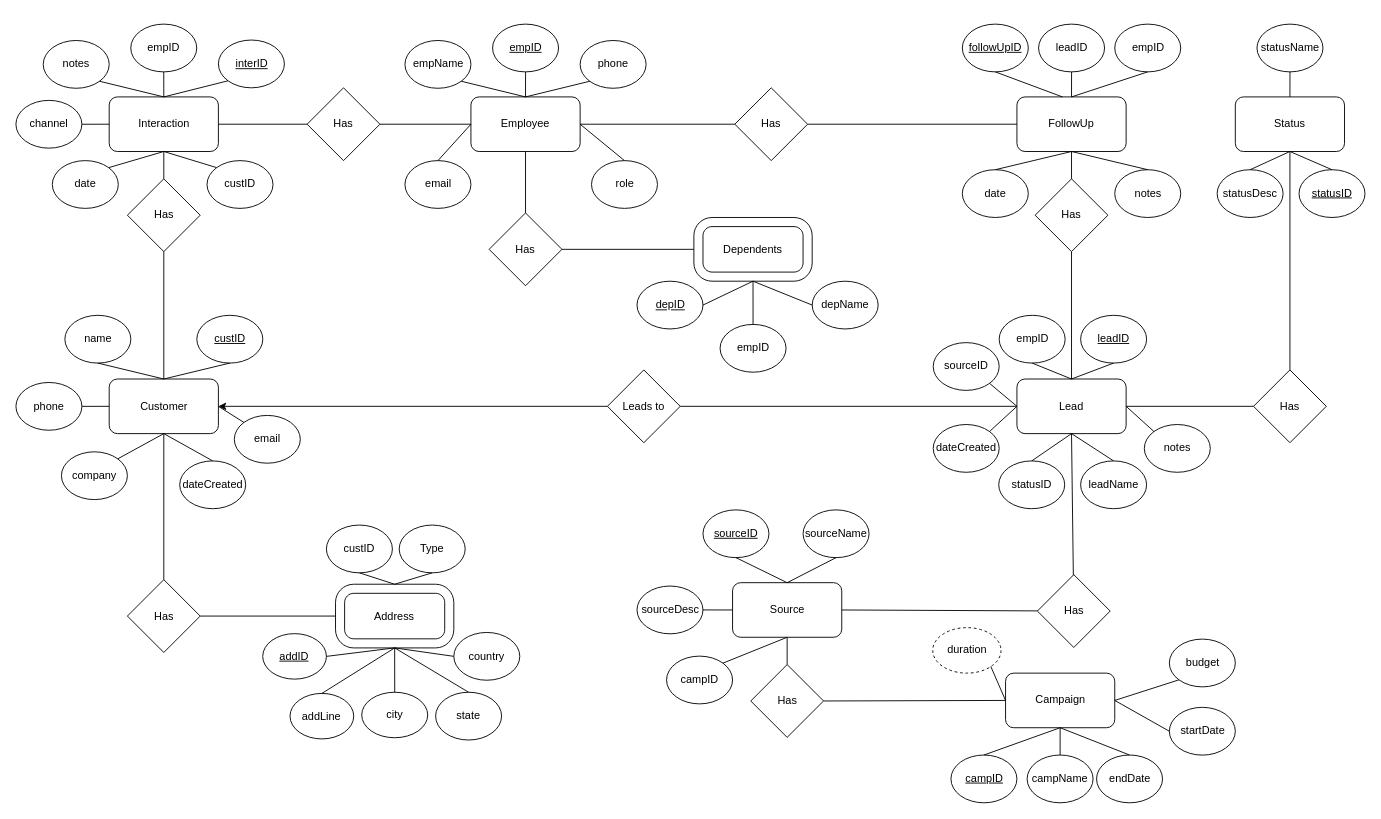
Above: DBproject.drawio in AnthonyEdward777/CRM-DBMS (draw.io), before the change. Source tidied: cells renumbered, new cells numbered last; positions are measured from the earlier drawing's top-left corner, leaving out a move shared by most shapes. Both pictures are drawn from the tidied source at 91%, with x=0, y=0 at pixel (15, 24).
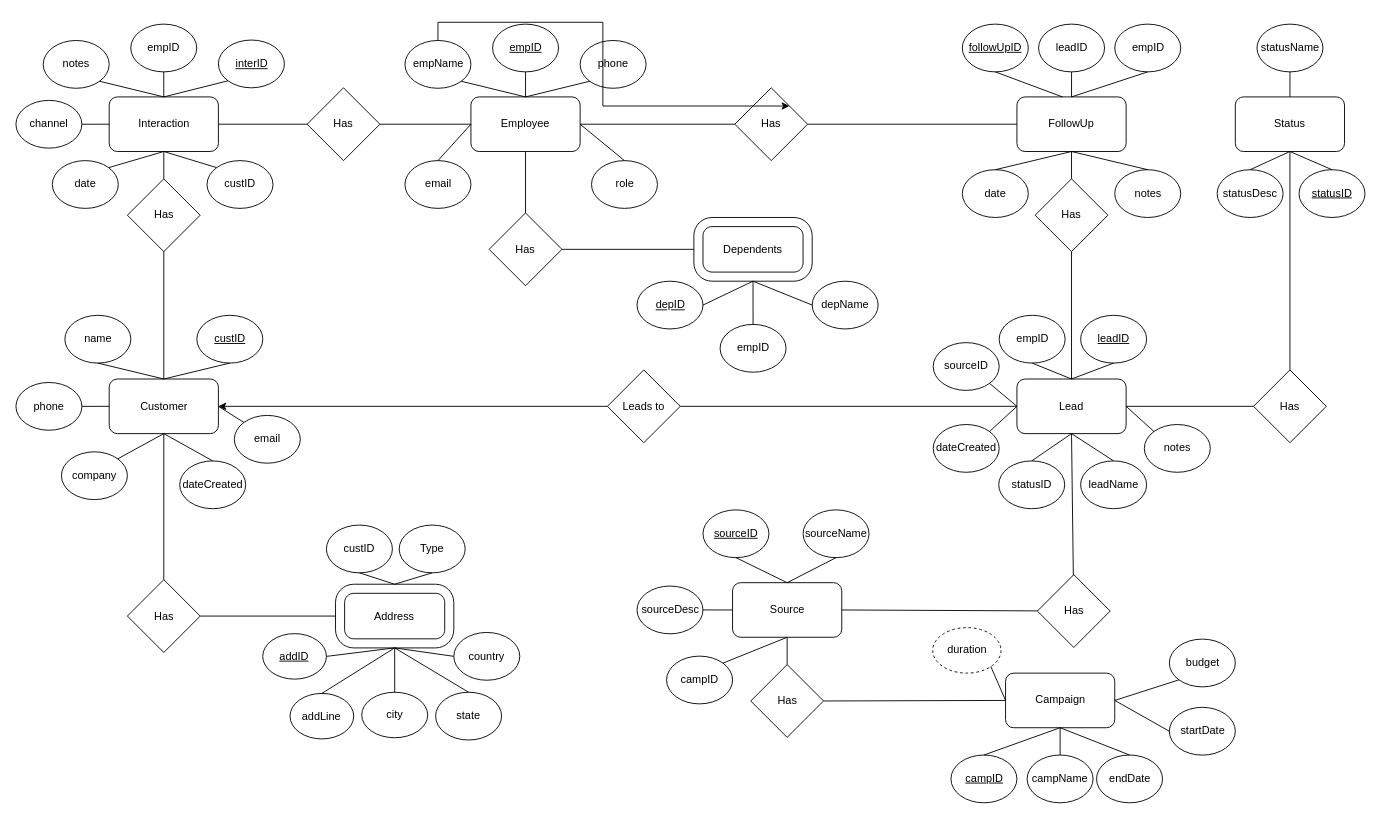
Above is the later version.

Commit message:
optimized spacing

Unchanged cells that the change refers to:
```xml
<mxCell id="27" value="Has" style="rhombus;whiteSpace=wrap;html=1;" parent="1" vertex="1">
  <mxGeometry x="790" y="70" width="80" height="80" as="geometry" />
</mxCell>
<mxCell id="128" value="empName" style="ellipse;whiteSpace=wrap;html=1;" parent="1" vertex="1">
  <mxGeometry x="427.5" y="18" width="72.5" height="52.5" as="geometry" />
</mxCell>
```

The edit, as a diff of the source:
```diff
@@
+    <mxCell id="148" style="edgeStyle=orthogonalEdgeStyle;rounded=0;jettySize=auto;html=1;exitX=0.5;exitY=0;exitDx=0;exitDy=0;entryX=1;entryY=0;entryDx=0;entryDy=0;" parent="1" edge="1" source="128" target="27">
+      <mxGeometry relative="1" as="geometry" />
+    </mxCell>
```
